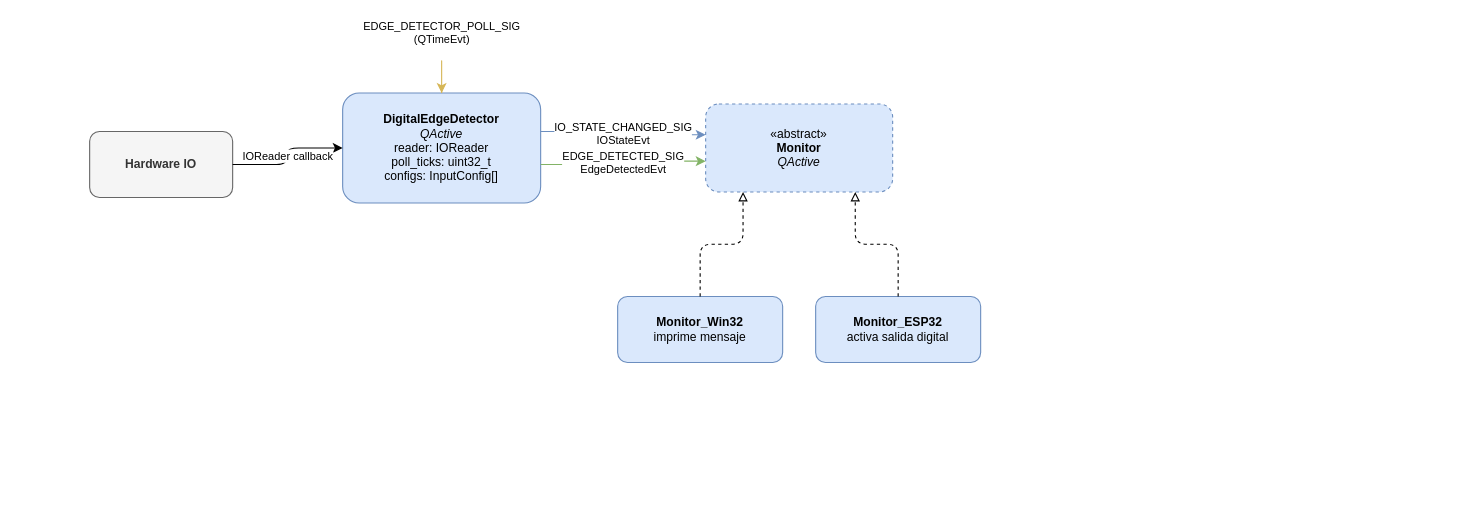
The draw.io diagram docs/sistema.drawio in peperono/digital_inputs_detector, before the edit. Source tidied: cells renumbered, new cells numbered last; positions are measured from the earlier drawing's top-left corner, leaving out a move shared by most shapes. Both pictures are drawn from the tidied source at 110%, with x=0, y=0 at pixel (89, 32).
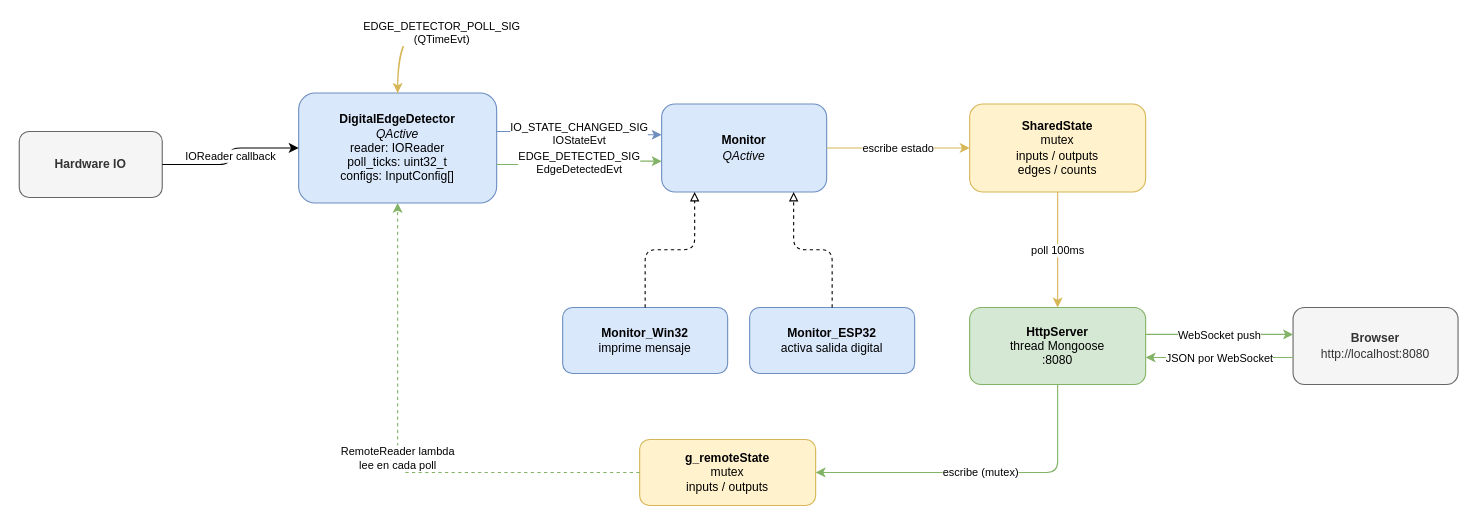
The same page after the edit.

Commit message (it also covers changes not shown here):
Fix controls always visible, update system diagram

Controls section now initializes from first WebSocket message
instead of fetch(/config), making them always visible regardless
of reader mode. Added Cache-Control: no-cache to HTML response.

sistema.drawio: added g_remoteState node and step-by-step flow
Browser → HttpServer → g_remoteState → DigitalEdgeDetector.

Diff of the diagram source:
```diff
@@
     <mxCell id="2" value="Hardware IO" style="rounded=1;whiteSpace=wrap;html=1;fillColor=#f5f5f5;strokeColor=#666666;fontColor=#333333;fontStyle=1;fontSize=11;" parent="1" vertex="1">
-      <mxGeometry y="90" width="130" height="60" as="geometry" />
+      <mxGeometry x="-64" y="90" width="130" height="60" as="geometry" />
     </mxCell>
     <mxCell id="3" value="&lt;b&gt;DigitalEdgeDetector&lt;/b&gt;&lt;div&gt;&lt;i&gt;QActive&lt;/i&gt;&lt;/div&gt;&lt;div&gt;reader: IOReader&lt;/div&gt;&lt;div&gt;poll_ticks: uint32_t&lt;/div&gt;&lt;div&gt;configs: InputConfig[]&lt;/div&gt;" style="rounded=1;whiteSpace=wrap;html=1;fillColor=#dae8fc;strokeColor=#6c8ebf;fontSize=11;" parent="1" vertex="1">
-      <mxGeometry x="230" y="55" width="180" height="100" as="geometry" />
+      <mxGeometry x="190" y="55" width="180" height="100" as="geometry" />
     </mxCell>
-    <mxCell id="4" value="«abstract»&lt;div&gt;&lt;b&gt;Monitor&lt;/b&gt;&lt;/div&gt;&lt;div&gt;&lt;i&gt;QActive&lt;/i&gt;&lt;/div&gt;" style="rounded=1;whiteSpace=wrap;html=1;fillColor=#dae8fc;strokeColor=#6c8ebf;fontSize=11;dashed=1;" parent="1" vertex="1">
-      <mxGeometry x="560" y="65" width="170" height="80" as="geometry" />
+    <mxCell id="4" value="&lt;b&gt;Monitor&lt;/b&gt;&lt;div&gt;&lt;i&gt;QActive&lt;/i&gt;&lt;/div&gt;" style="rounded=1;whiteSpace=wrap;html=1;fillColor=#dae8fc;strokeColor=#6c8ebf;fontSize=11;" parent="1" vertex="1">
+      <mxGeometry x="520" y="65" width="150" height="80" as="geometry" />
     </mxCell>
     <mxCell id="5" value="&lt;b&gt;Monitor_Win32&lt;/b&gt;&lt;div&gt;imprime mensaje&lt;/div&gt;" style="rounded=1;whiteSpace=wrap;html=1;fillColor=#dae8fc;strokeColor=#6c8ebf;fontSize=11;" parent="1" vertex="1">
-      <mxGeometry x="480" y="240" width="150" height="60" as="geometry" />
+      <mxGeometry x="430" y="250" width="150" height="60" as="geometry" />
     </mxCell>
     <mxCell id="6" value="&lt;b&gt;Monitor_ESP32&lt;/b&gt;&lt;div&gt;activa salida digital&lt;/div&gt;" style="rounded=1;whiteSpace=wrap;html=1;fillColor=#dae8fc;strokeColor=#6c8ebf;fontSize=11;" parent="1" vertex="1">
-      <mxGeometry x="660" y="240" width="150" height="60" as="geometry" />
+      <mxGeometry x="600" y="250" width="150" height="60" as="geometry" />
     </mxCell>
@@
+    <mxCell id="13" value="&lt;b&gt;SharedState&lt;/b&gt;&lt;div&gt;mutex&lt;/div&gt;&lt;div&gt;inputs / outputs&lt;/div&gt;&lt;div&gt;edges / counts&lt;/div&gt;" style="rounded=1;whiteSpace=wrap;html=1;fillColor=#fff2cc;strokeColor=#d6b656;fontSize=11;" parent="1" vertex="1">
+      <mxGeometry x="800" y="65" width="160" height="80" as="geometry" />
+    </mxCell>
+    <mxCell id="14" value="&lt;b&gt;HttpServer&lt;/b&gt;&lt;div&gt;thread Mongoose&lt;/div&gt;&lt;div&gt;:8080&lt;/div&gt;" style="rounded=1;whiteSpace=wrap;html=1;fillColor=#d5e8d4;strokeColor=#82b366;fontSize=11;" parent="1" vertex="1">
+      <mxGeometry x="800" y="250" width="160" height="70" as="geometry" />
+    </mxCell>
+    <mxCell id="15" value="&lt;b&gt;Browser&lt;/b&gt;&lt;div&gt;http://localhost:8080&lt;/div&gt;" style="rounded=1;whiteSpace=wrap;html=1;fillColor=#f5f5f5;strokeColor=#666666;fontColor=#333333;fontSize=11;" parent="1" vertex="1">
+      <mxGeometry x="1094" y="250" width="150" height="70" as="geometry" />
+    </mxCell>
+    <mxCell id="16" value="escribe estado" style="edgeStyle=orthogonalEdgeStyle;html=1;fontSize=10;exitX=1;exitY=0.5;exitDx=0;exitDy=0;entryX=0;entryY=0.5;entryDx=0;entryDy=0;strokeColor=#d6b656;" parent="1" edge="1" source="4" target="13">
+      <mxGeometry relative="1" as="geometry" />
+    </mxCell>
+    <mxCell id="17" value="poll 100ms" style="edgeStyle=orthogonalEdgeStyle;html=1;fontSize=10;exitX=0.5;exitY=1;exitDx=0;exitDy=0;entryX=0.5;entryY=0;entryDx=0;entryDy=0;strokeColor=#d6b656;" parent="1" edge="1" source="13" target="14">
+      <mxGeometry relative="1" as="geometry" />
+    </mxCell>
+    <mxCell id="18" value="WebSocket push" style="edgeStyle=orthogonalEdgeStyle;html=1;fontSize=10;exitX=1;exitY=0.35;exitDx=0;exitDy=0;entryX=0;entryY=0.35;entryDx=0;entryDy=0;strokeColor=#82b366;" parent="1" edge="1" source="14" target="15">
+      <mxGeometry relative="1" as="geometry" />
+    </mxCell>
+    <mxCell id="19" value="JSON por WebSocket" style="edgeStyle=orthogonalEdgeStyle;html=1;fontSize=10;exitX=0;exitY=0.65;exitDx=0;exitDy=0;entryX=1;entryY=0.65;entryDx=0;entryDy=0;strokeColor=#82b366;" parent="1" edge="1" source="15" target="14">
+      <mxGeometry relative="1" as="geometry" />
+    </mxCell>
+    <mxCell id="20" value="&lt;b&gt;g_remoteState&lt;/b&gt;&lt;div&gt;mutex&lt;/div&gt;&lt;div&gt;inputs / outputs&lt;/div&gt;" style="rounded=1;whiteSpace=wrap;html=1;fillColor=#fff2cc;strokeColor=#d6b656;fontSize=11;" parent="1" vertex="1">
+      <mxGeometry x="500" y="370" width="160" height="60" as="geometry" />
+    </mxCell>
+    <mxCell id="21" value="escribe (mutex)" style="edgeStyle=orthogonalEdgeStyle;html=1;fontSize=10;exitX=0.5;exitY=1;exitDx=0;exitDy=0;entryX=1;entryY=0.5;entryDx=0;entryDy=0;strokeColor=#82b366;" parent="1" edge="1" source="14" target="20">
+      <mxGeometry relative="1" as="geometry">
+        <Array as="points">
+          <mxPoint x="880" y="400" />
+        </Array>
+      </mxGeometry>
+    </mxCell>
+    <mxCell id="22" value="RemoteReader lambda&lt;div&gt;lee en cada poll&lt;/div&gt;" style="edgeStyle=orthogonalEdgeStyle;html=1;fontSize=10;dashed=1;exitX=0;exitY=0.5;exitDx=0;exitDy=0;entryX=0.5;entryY=1;entryDx=0;entryDy=0;strokeColor=#82b366;" parent="1" edge="1" source="20" target="3">
+      <mxGeometry relative="1" as="geometry" />
+    </mxCell>
```
